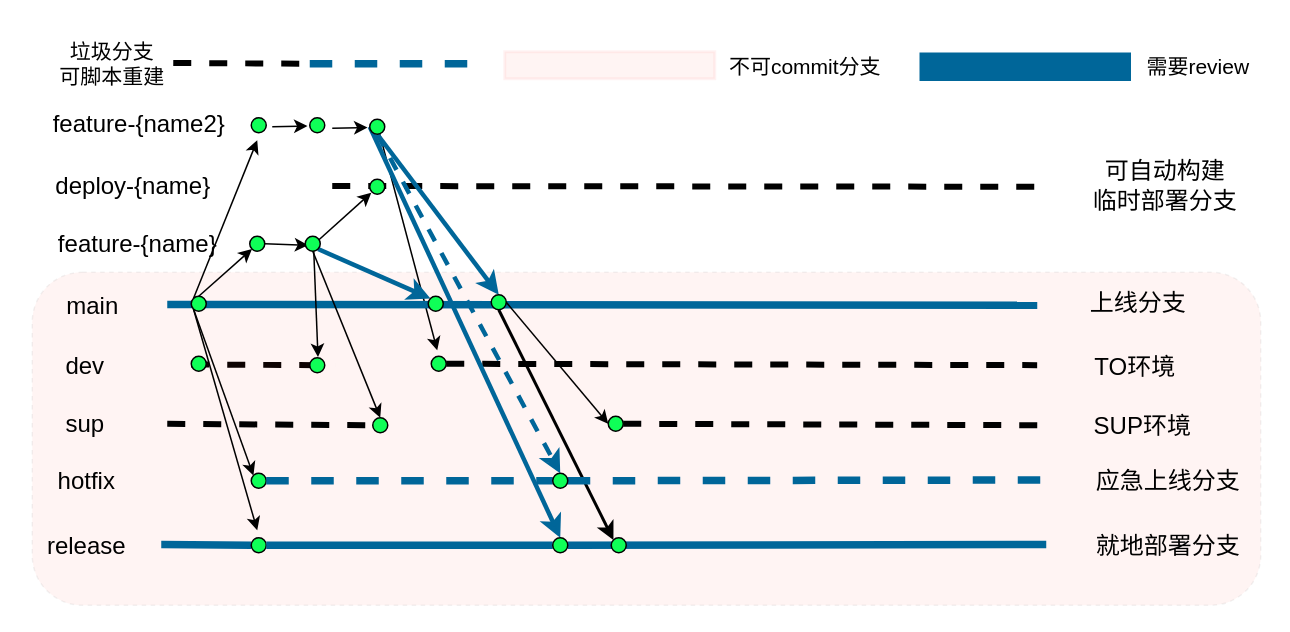
This is 未命名绘图.drawio from sesa732602/draw.io, a draw.io file, before an edit. Source tidied: cells renumbered, new cells numbered last; positions are measured from the earlier drawing's top-left corner, leaving out a move shared by most shapes. Both pictures are drawn from the tidied source at 150%, with x=0, y=0 at pixel (26, 26).
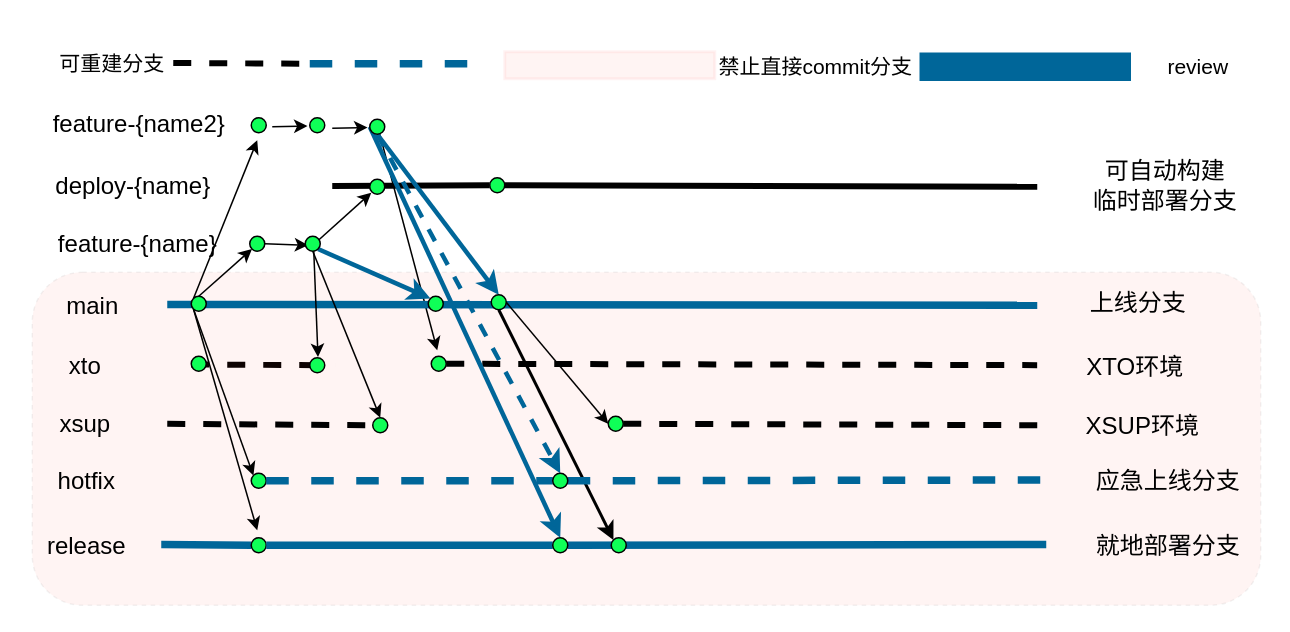
Above is the later version.

Commit message:
更新未命名绘图.drawio

Change to the diagram source:
```diff
@@
+    <mxCell id="71" style="endArrow=none;html=1;rounded=0;strokeWidth=4;" parent="1" edge="1" target="72">
+      <mxGeometry relative="1" as="geometry">
+        <mxPoint x="204" y="106.5" as="sourcePoint" />
+      </mxGeometry>
+    </mxCell>
+    <mxCell id="6" style="endArrow=none;html=1;rounded=0;strokeWidth=4;" parent="1" edge="1" source="72">
+      <mxGeometry relative="1" as="geometry">
+        <mxPoint x="674" y="107" as="targetPoint" />
+      </mxGeometry>
+    </mxCell>
@@
-    <mxCell id="6" style="endArrow=none;html=1;rounded=0;strokeWidth=4;dashed=1;" parent="1" edge="1">
-      <mxGeometry relative="1" as="geometry">
-        <mxPoint x="204" y="106.5" as="sourcePoint" />
-        <mxPoint x="674" y="107" as="targetPoint" />
-      </mxGeometry>
-    </mxCell>
@@
-    <mxCell id="17" value="dev" style="text;html=1;align=center;verticalAlign=middle;strokeColor=none;fillColor=none;fontSize=16;" parent="1" vertex="1">
-      <mxGeometry x="14" y="211" width="50" height="30" as="geometry" />
+    <mxCell id="17" value="xto" style="text;html=1;align=center;verticalAlign=middle;strokeColor=none;fillColor=none;fontSize=16;" parent="1" vertex="1">
+      <mxGeometry x="19" y="211" width="40" height="30" as="geometry" />
     </mxCell>
@@
-    <mxCell id="19" value="sup" style="text;html=1;align=center;verticalAlign=middle;strokeColor=none;fillColor=none;fontSize=16;" parent="1" vertex="1">
-      <mxGeometry x="14" y="250" width="50" height="30" as="geometry" />
+    <mxCell id="19" value="xsup" style="text;html=1;align=center;verticalAlign=middle;strokeColor=none;fillColor=none;fontSize=16;" parent="1" vertex="1">
+      <mxGeometry x="9" y="250" width="60" height="30" as="geometry" />
     </mxCell>
@@
-    <mxCell id="47" value="TO环境" style="text;html=1;align=center;verticalAlign=middle;strokeColor=none;fillColor=none;fontSize=16;" parent="1" vertex="1">
-      <mxGeometry x="699" y="212" width="80" height="30" as="geometry" />
+    <mxCell id="47" value="XTO环境" style="text;html=1;align=center;verticalAlign=middle;strokeColor=none;fillColor=none;fontSize=16;" parent="1" vertex="1">
+      <mxGeometry x="694" y="212" width="90" height="30" as="geometry" />
     </mxCell>
-    <mxCell id="48" value="SUP环境" style="text;html=1;align=center;verticalAlign=middle;strokeColor=none;fillColor=none;fontSize=16;" parent="1" vertex="1">
-      <mxGeometry x="699" y="251" width="90" height="30" as="geometry" />
+    <mxCell id="48" value="XSUP环境" style="text;html=1;align=center;verticalAlign=middle;strokeColor=none;fillColor=none;fontSize=16;" parent="1" vertex="1">
+      <mxGeometry x="694" y="251" width="100" height="30" as="geometry" />
     </mxCell>
@@
-    <mxCell id="63" value="&lt;font style=&quot;font-size: 14px;&quot;&gt;垃圾分支&lt;br&gt;可脚本重建&lt;/font&gt;" style="text;html=1;align=center;verticalAlign=middle;strokeColor=none;fillColor=none;" parent="1" vertex="1">
-      <mxGeometry x="12" width="90" height="50" as="geometry" />
+    <mxCell id="63" value="&lt;font style=&quot;font-size: 14px;&quot;&gt;可重建分支&lt;/font&gt;" style="text;html=1;align=center;verticalAlign=middle;strokeColor=none;fillColor=none;" parent="1" vertex="1">
+      <mxGeometry x="12" y="10" width="90" height="30" as="geometry" />
     </mxCell>
@@
-    <mxCell id="68" value="&lt;span style=&quot;font-size: 14px;&quot;&gt;需要review&lt;/span&gt;" style="text;html=1;align=center;verticalAlign=middle;strokeColor=none;fillColor=none;" parent="1" vertex="1">
-      <mxGeometry x="736" y="12" width="90" height="30" as="geometry" />
+    <mxCell id="68" value="&lt;span style=&quot;font-size: 14px;&quot;&gt;review&lt;/span&gt;" style="text;html=1;align=center;verticalAlign=middle;strokeColor=none;fillColor=none;" parent="1" vertex="1">
+      <mxGeometry x="751" y="12" width="60" height="30" as="geometry" />
     </mxCell>
@@
-    <mxCell id="70" value="&lt;span style=&quot;font-size: 14px;&quot;&gt;不可commit分支&lt;/span&gt;" style="text;html=1;align=center;verticalAlign=middle;strokeColor=none;fillColor=none;" parent="1" vertex="1">
-      <mxGeometry x="459" y="12" width="120" height="30" as="geometry" />
+    <mxCell id="70" value="&lt;span style=&quot;font-size: 14px;&quot;&gt;禁止直接commit分支&lt;/span&gt;" style="text;html=1;align=center;verticalAlign=middle;strokeColor=none;fillColor=none;" parent="1" vertex="1">
+      <mxGeometry x="451" y="12" width="150" height="30" as="geometry" />
     </mxCell>
+    <mxCell id="72" style="ellipse;whiteSpace=wrap;html=1;fillColor=#0FFF57;" parent="1" vertex="1">
+      <mxGeometry x="309" y="101" width="10" height="10" as="geometry" />
+    </mxCell>
```
